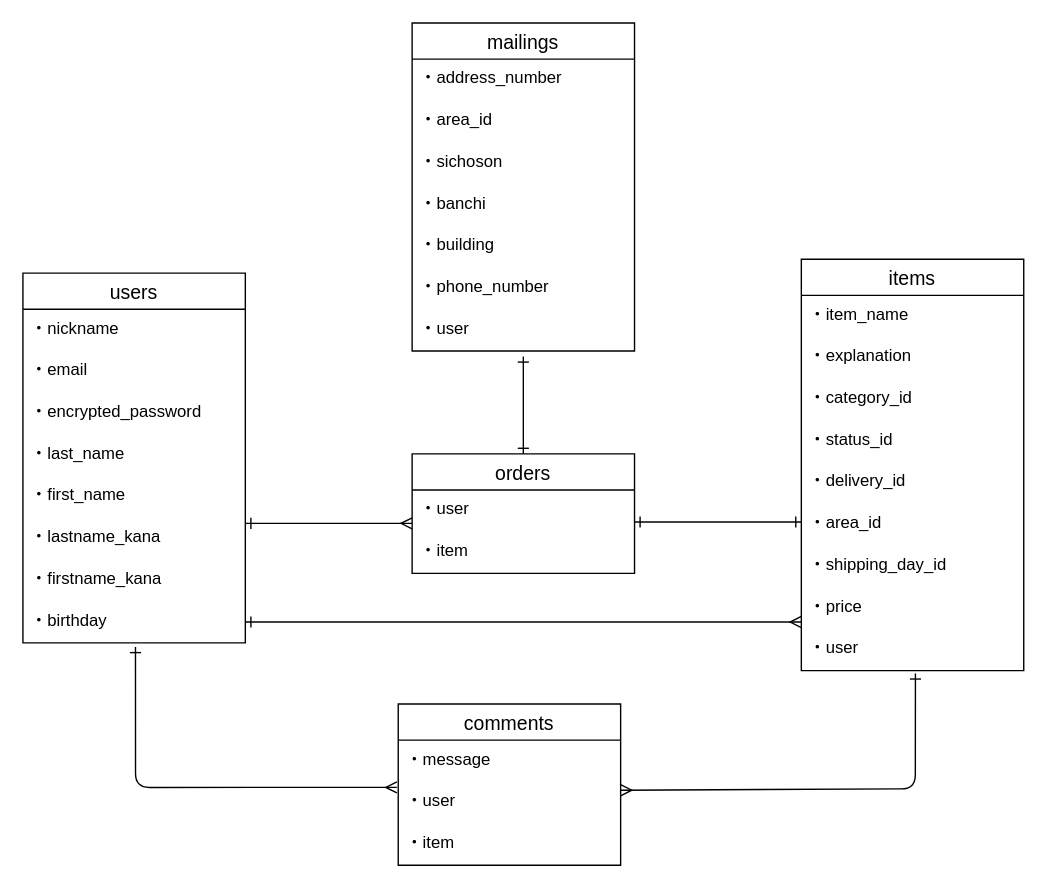
Above: test.dio in ymokkk/furima-37641 (draw.io), before the change. Source tidied: cells renumbered, new cells numbered last; positions are measured from the earlier drawing's top-left corner, leaving out a move shared by most shapes. Both pictures are drawn from the tidied source at 139%, with x=0, y=0 at pixel (22, 22).
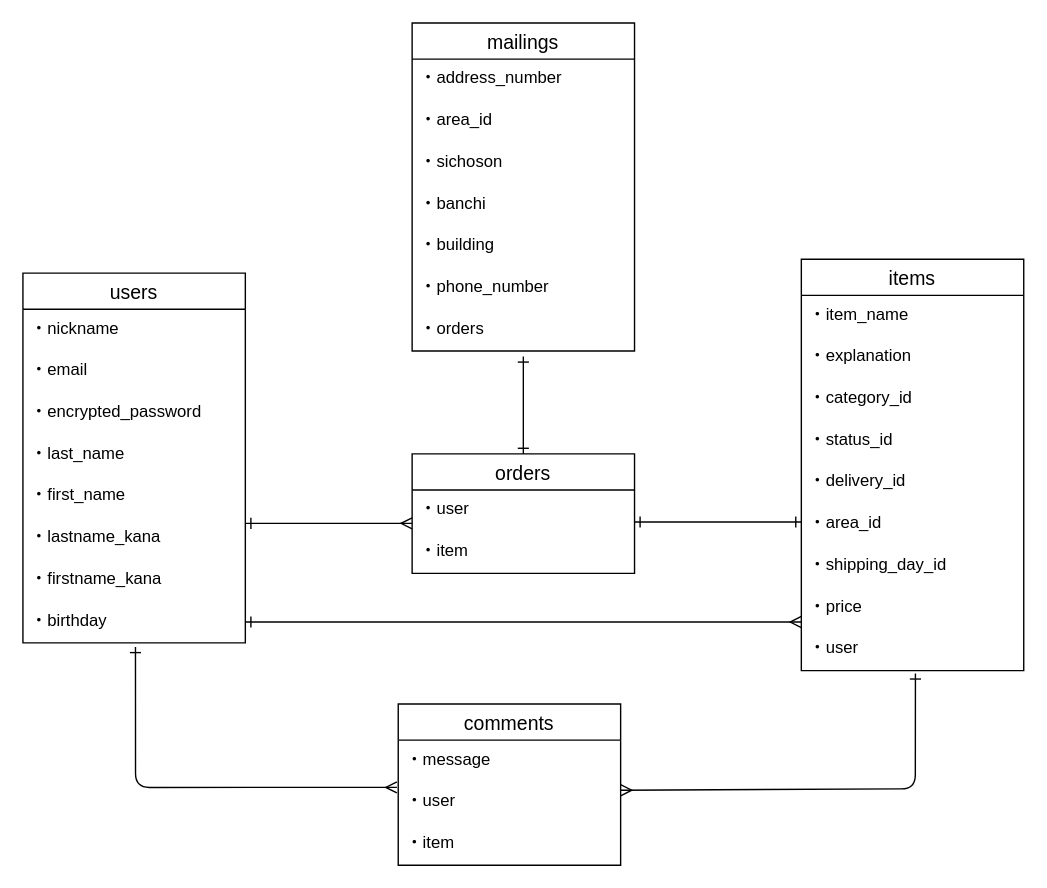
The same page after the edit.

Unchanged cells that the change refers to:
```xml
<mxCell id="28" value="mailings" style="swimlane;fontStyle=0;horizontal=1;startSize=26;align=center;fontSize=14;" parent="1" vertex="1">
  <mxGeometry x="280" width="160" height="236" as="geometry" />
</mxCell>
```

Diff of the diagram source:
```diff
@@
-    <mxCell id="35" value="・user" style="text;strokeColor=none;fillColor=none;spacingLeft=4;spacingRight=4;overflow=hidden;points=[[0,0.5],[1,0.5]];portConstraint=eastwest;fontSize=12;" parent="28" vertex="1">
+    <mxCell id="35" value="・orders" style="text;strokeColor=none;fillColor=none;spacingLeft=4;spacingRight=4;overflow=hidden;points=[[0,0.5],[1,0.5]];portConstraint=eastwest;fontSize=12;" parent="28" vertex="1">
       <mxGeometry y="206" width="160" height="30" as="geometry" />
     </mxCell>
```
